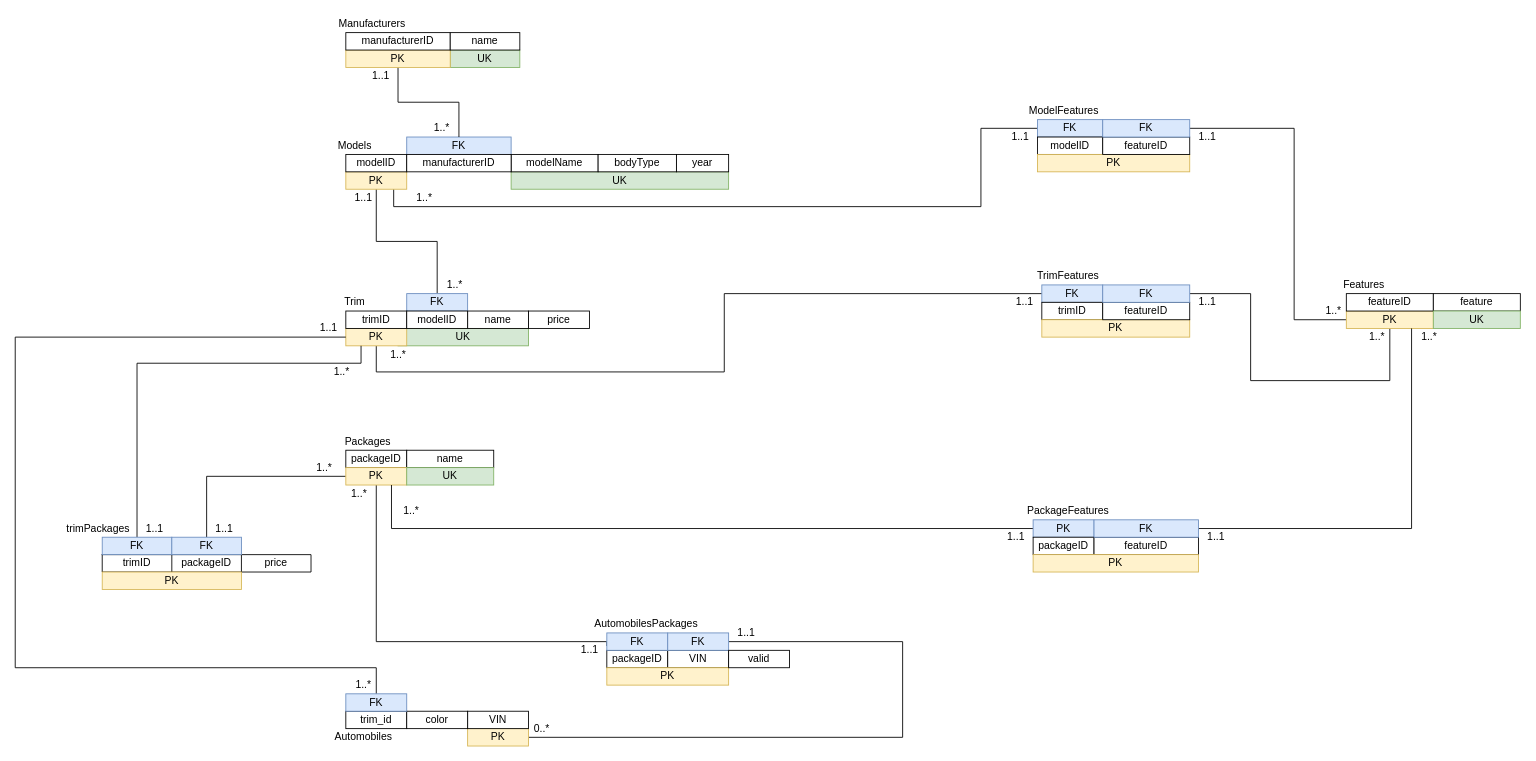
The draw.io diagram page "Scheme" (2 of 2) of Project 2.drawio in AnthraciteData/CECS-323-, before the edit. Source tidied: cells renumbered, new cells numbered last; positions are measured from the earlier drawing's top-left corner, leaving out a move shared by most shapes. Both pictures are drawn from the tidied source at 87%, with x=0, y=0 at pixel (15, 15).
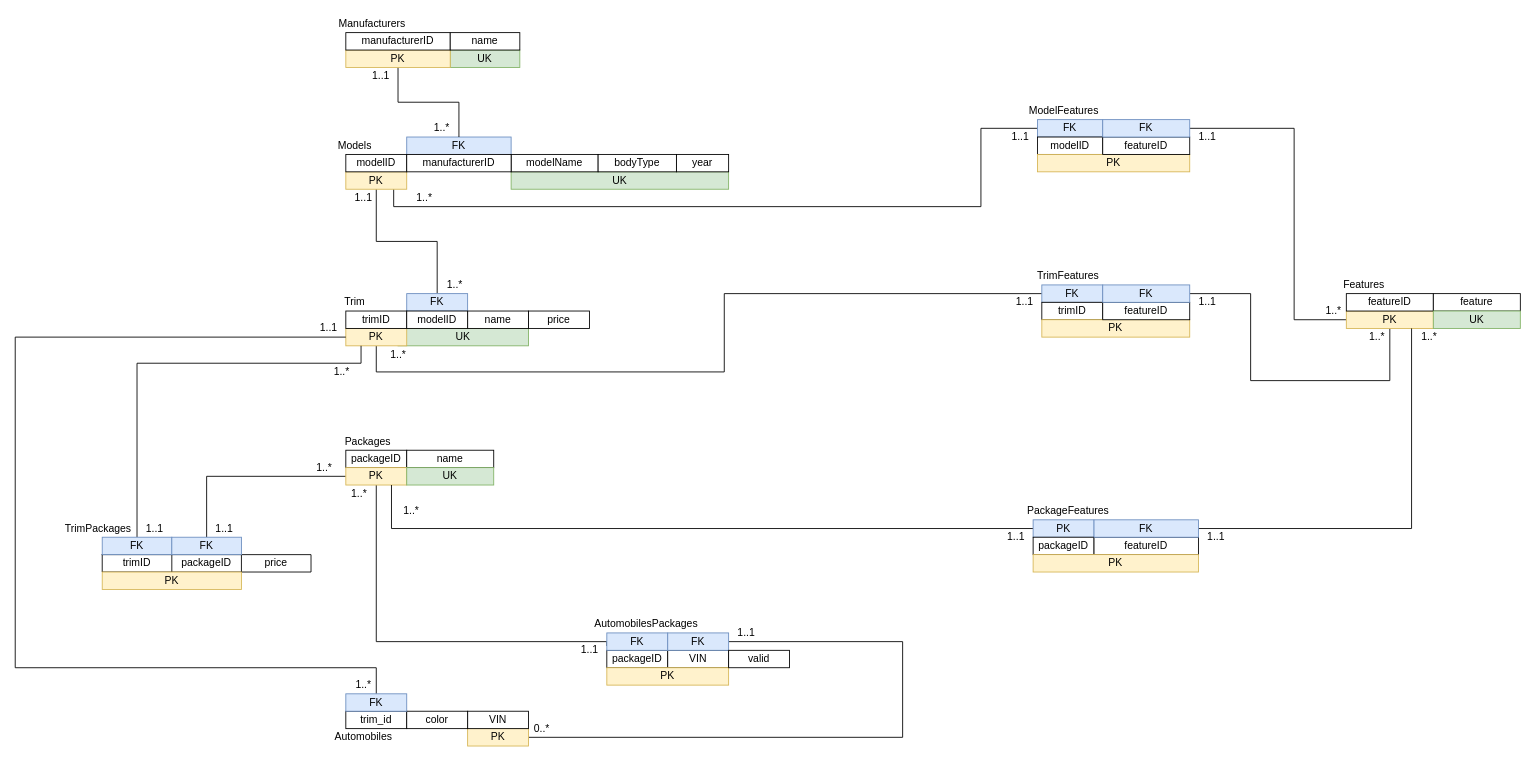
After the change.

Commit message:
Touched up scheme

The edit, as a diff of the source:
```diff
@@
-    <mxCell id="56" value="trimPackages" style="text;html=1;align=center;verticalAlign=middle;strokeColor=none;fillColor=none;" parent="1" vertex="1">
+    <mxCell id="56" value="TrimPackages" style="text;html=1;align=center;verticalAlign=middle;strokeColor=none;fillColor=none;" parent="1" vertex="1">
       <mxGeometry x="50" y="580" width="90" height="20" as="geometry" />
     </mxCell>
```
